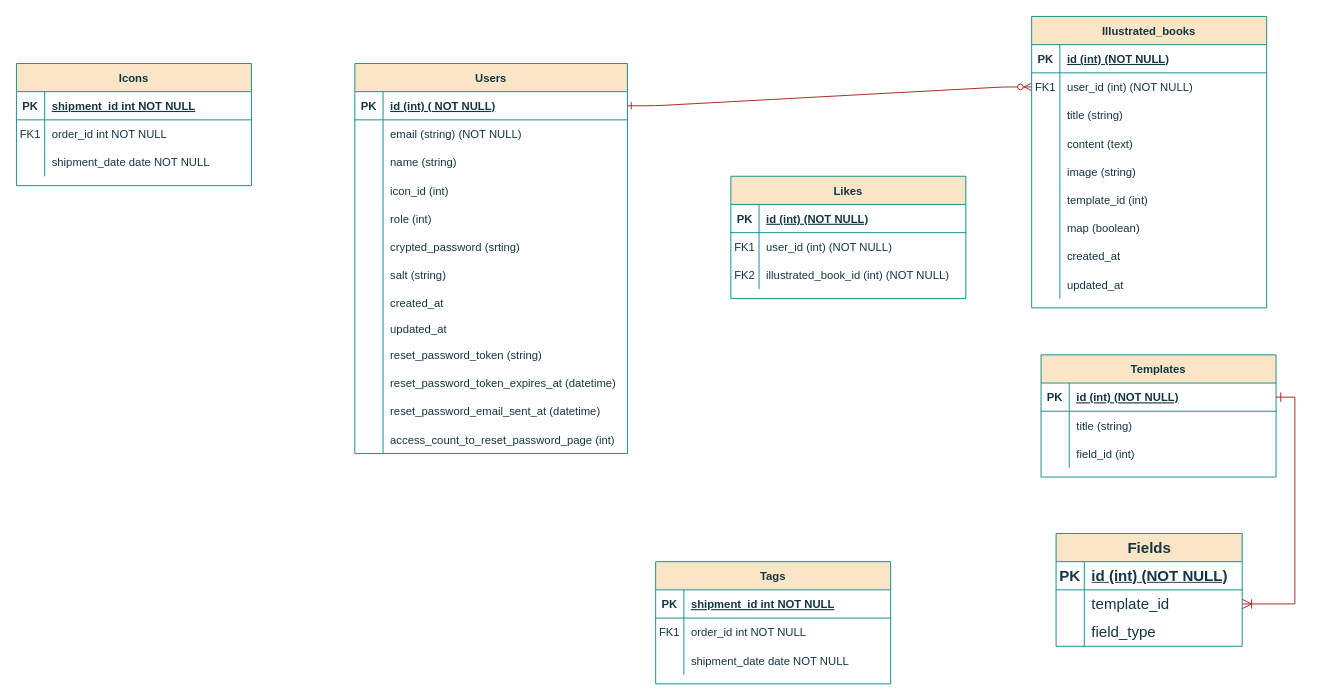
Before: 名称未設定ファイル.drawio in furukoshi12/zukan-create, a draw.io diagram. Source tidied: cells renumbered, new cells numbered last; positions are measured from the earlier drawing's top-left corner, leaving out a move shared by most shapes. Both pictures are drawn from the tidied source at 94%, with x=0, y=0 at pixel (16, 16).
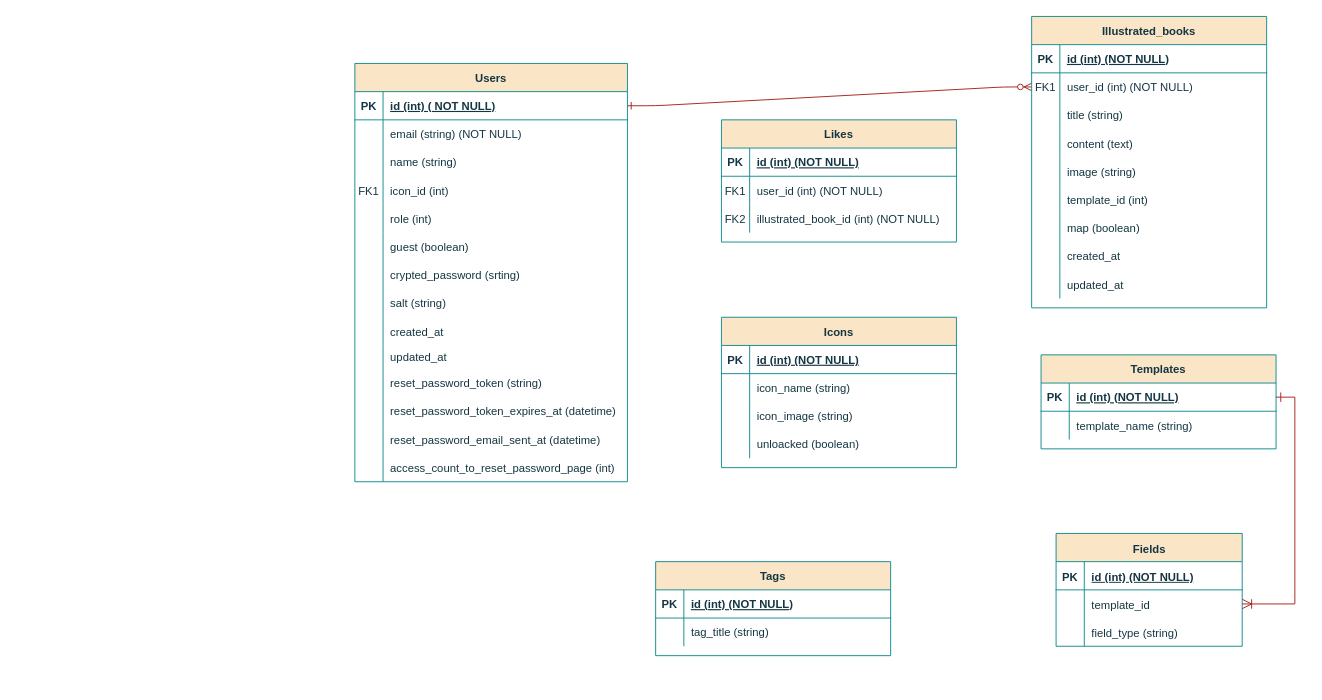
The same page after the edit.

Commit message (it also covers changes not shown here):
名称未設定ファイル.drawio を更新します

The change refers to these unchanged cells:
```xml
<mxCell id="35" style="shape=partialRectangle;fillColor=none;top=0;left=0;right=0;bottom=0;labelBackgroundColor=none;strokeColor=#0F8B8D;fontColor=#143642;" parent="31" vertex="1">
  <mxGeometry y="60" width="250" height="30" as="geometry" />
</mxCell>
<mxCell id="51" style="shape=partialRectangle;fillColor=none;top=0;left=0;right=0;bottom=0;labelBackgroundColor=none;strokeColor=#0F8B8D;fontColor=#143642;" parent="41" vertex="1">
  <mxGeometry y="120" width="290" height="30" as="geometry" />
</mxCell>
<mxCell id="82" style="shape=partialRectangle;fillColor=none;top=0;left=0;right=0;bottom=1;labelBackgroundColor=none;strokeColor=#0F8B8D;fontColor=#143642;" parent="81" vertex="1">
  <mxGeometry y="30" width="250" height="30" as="geometry" />
</mxCell>
<mxCell id="85" style="shape=partialRectangle;fillColor=none;top=0;left=0;right=0;bottom=0;labelBackgroundColor=none;strokeColor=#0F8B8D;fontColor=#143642;" parent="81" vertex="1">
  <mxGeometry y="60" width="250" height="30" as="geometry" />
</mxCell>
<mxCell id="88" style="shape=partialRectangle;fillColor=none;top=0;left=0;right=0;bottom=0;labelBackgroundColor=none;strokeColor=#0F8B8D;fontColor=#143642;" parent="81" vertex="1">
  <mxGeometry y="90" width="250" height="30" as="geometry" />
</mxCell>
<mxCell id="102" style="shape=partialRectangle;fillColor=none;top=0;left=0;right=0;bottom=1;labelBackgroundColor=none;strokeColor=#0F8B8D;fontColor=#143642;" parent="101" vertex="1">
  <mxGeometry y="30" width="250" height="30" as="geometry" />
</mxCell>
<mxCell id="105" style="shape=partialRectangle;fillColor=none;top=0;left=0;right=0;bottom=0;labelBackgroundColor=none;strokeColor=#0F8B8D;fontColor=#143642;" parent="101" vertex="1">
  <mxGeometry y="60" width="250" height="30" as="geometry" />
</mxCell>
<mxCell id="112" style="shape=tableRow;horizontal=0;startSize=0;swimlaneHead=0;swimlaneBody=0;fillColor=none;top=0;left=0;right=0;bottom=1;strokeColor=#0F8B8D;fontSize=16;fontColor=#143642;" parent="111" vertex="1">
  <mxGeometry y="30" width="198" height="30" as="geometry" />
</mxCell>
<mxCell id="115" style="shape=tableRow;horizontal=0;startSize=0;swimlaneHead=0;swimlaneBody=0;fillColor=none;points=[[0,0.5],[1,0.5]];portConstraint=eastwest;top=0;left=0;right=0;bottom=0;strokeColor=#0F8B8D;fontSize=16;fontColor=#143642;" parent="111" vertex="1">
  <mxGeometry y="60" width="198" height="30" as="geometry" />
</mxCell>
<mxCell id="118" style="shape=tableRow;horizontal=0;startSize=0;swimlaneHead=0;swimlaneBody=0;fillColor=none;top=0;left=0;right=0;bottom=0;strokeColor=#0F8B8D;fontSize=16;fontColor=#143642;" parent="111" vertex="1">
  <mxGeometry y="90" width="198" height="30" as="geometry" />
</mxCell>
```

Diff of the diagram source:
```diff
@@
     <mxCell id="31" value="Templates" style="shape=table;startSize=30;childLayout=tableLayout;rowLines=0;fontStyle=1;align=center;labelBackgroundColor=none;fillColor=#FAE5C7;strokeColor=#0F8B8D;fontColor=#143642;" parent="1" vertex="1">
-      <mxGeometry x="1090" y="360" width="250" height="130" as="geometry" />
+      <mxGeometry x="1090" y="360" width="250" height="100" as="geometry" />
     </mxCell>
@@
-    <mxCell id="37" value="title (string)" style="shape=partialRectangle;overflow=hidden;fillColor=none;top=0;left=0;bottom=0;right=0;align=left;spacingLeft=6;labelBackgroundColor=none;strokeColor=#0F8B8D;fontColor=#143642;" parent="35" vertex="1">
+    <mxCell id="37" value="template_name (string)" style="shape=partialRectangle;overflow=hidden;fillColor=none;top=0;left=0;bottom=0;right=0;align=left;spacingLeft=6;labelBackgroundColor=none;strokeColor=#0F8B8D;fontColor=#143642;" parent="35" vertex="1">
       <mxGeometry x="30" width="220" height="30" as="geometry" />
     </mxCell>
-    <mxCell id="38" style="shape=partialRectangle;fillColor=none;top=0;left=0;right=0;bottom=0;labelBackgroundColor=none;strokeColor=#0F8B8D;fontColor=#143642;" parent="31" vertex="1">
-      <mxGeometry y="90" width="250" height="30" as="geometry" />
-    </mxCell>
-    <mxCell id="39" style="shape=partialRectangle;overflow=hidden;fillColor=none;top=0;left=0;bottom=0;right=0;labelBackgroundColor=none;strokeColor=#0F8B8D;fontColor=#143642;" parent="38" vertex="1">
-      <mxGeometry width="30" height="30" as="geometry" />
-    </mxCell>
-    <mxCell id="40" value="field_id (int)" style="shape=partialRectangle;overflow=hidden;fillColor=none;top=0;left=0;bottom=0;right=0;align=left;spacingLeft=6;labelBackgroundColor=none;strokeColor=#0F8B8D;fontColor=#143642;" parent="38" vertex="1">
-      <mxGeometry x="30" width="220" height="30" as="geometry" />
-    </mxCell>
     <mxCell id="41" value="Users" style="shape=table;startSize=30;childLayout=tableLayout;rowLines=0;fontStyle=1;align=center;labelBackgroundColor=none;fillColor=#FAE5C7;strokeColor=#0F8B8D;fontColor=#143642;" parent="1" vertex="1">
-      <mxGeometry x="360" y="50" width="290" height="415" as="geometry" />
+      <mxGeometry x="360" y="50" width="290" height="445" as="geometry" />
     </mxCell>
@@
-    <mxCell id="52" style="shape=partialRectangle;overflow=hidden;fillColor=none;top=0;left=0;bottom=0;right=0;labelBackgroundColor=none;strokeColor=#0F8B8D;fontColor=#143642;" parent="51" vertex="1">
+    <mxCell id="52" value="FK1" style="shape=partialRectangle;overflow=hidden;fillColor=none;top=0;left=0;bottom=0;right=0;labelBackgroundColor=none;strokeColor=#0F8B8D;fontColor=#143642;" parent="51" vertex="1">
       <mxGeometry width="30" height="30" as="geometry" />
     </mxCell>
@@
+    <mxCell id="122" style="shape=partialRectangle;fillColor=none;top=0;left=0;right=0;bottom=0;labelBackgroundColor=none;strokeColor=#0F8B8D;fontColor=#143642;" parent="41" vertex="1">
+      <mxGeometry y="180" width="290" height="30" as="geometry" />
+    </mxCell>
+    <mxCell id="123" style="shape=partialRectangle;overflow=hidden;fillColor=none;top=0;left=0;bottom=0;right=0;labelBackgroundColor=none;strokeColor=#0F8B8D;fontColor=#143642;" parent="122" vertex="1">
+      <mxGeometry width="30" height="30" as="geometry" />
+    </mxCell>
+    <mxCell id="124" value="guest (boolean)" style="shape=partialRectangle;overflow=hidden;fillColor=none;top=0;left=0;bottom=0;right=0;align=left;spacingLeft=6;labelBackgroundColor=none;strokeColor=#0F8B8D;fontColor=#143642;" parent="122" vertex="1">
+      <mxGeometry x="30" width="260" height="30" as="geometry" />
+    </mxCell>
     <mxCell id="57" style="shape=partialRectangle;fillColor=none;top=0;left=0;right=0;bottom=0;labelBackgroundColor=none;strokeColor=#0F8B8D;fontColor=#143642;" parent="41" vertex="1">
-      <mxGeometry y="180" width="290" height="30" as="geometry" />
+      <mxGeometry y="210" width="290" height="30" as="geometry" />
     </mxCell>
@@
     <mxCell id="60" style="shape=partialRectangle;fillColor=none;top=0;left=0;right=0;bottom=0;labelBackgroundColor=none;strokeColor=#0F8B8D;fontColor=#143642;" parent="41" vertex="1">
-      <mxGeometry y="210" width="290" height="30" as="geometry" />
+      <mxGeometry y="240" width="290" height="30" as="geometry" />
     </mxCell>
@@
     <mxCell id="63" style="shape=partialRectangle;fillColor=none;top=0;left=0;right=0;bottom=0;labelBackgroundColor=none;strokeColor=#0F8B8D;fontColor=#143642;" parent="41" vertex="1">
-      <mxGeometry y="240" width="290" height="30" as="geometry" />
+      <mxGeometry y="270" width="290" height="30" as="geometry" />
     </mxCell>
@@
     <mxCell id="66" style="shape=partialRectangle;fillColor=none;top=0;left=0;right=0;bottom=0;labelBackgroundColor=none;strokeColor=#0F8B8D;fontColor=#143642;" parent="41" vertex="1">
-      <mxGeometry y="270" width="290" height="25" as="geometry" />
+      <mxGeometry y="300" width="290" height="25" as="geometry" />
     </mxCell>
@@
     <mxCell id="69" style="shape=partialRectangle;fillColor=none;top=0;left=0;right=0;bottom=0;labelBackgroundColor=none;strokeColor=#0F8B8D;fontColor=#143642;" parent="41" vertex="1">
-      <mxGeometry y="295" width="290" height="30" as="geometry" />
+      <mxGeometry y="325" width="290" height="30" as="geometry" />
     </mxCell>
@@
     <mxCell id="72" style="shape=partialRectangle;fillColor=none;top=0;left=0;right=0;bottom=0;labelBackgroundColor=none;strokeColor=#0F8B8D;fontColor=#143642;" parent="41" vertex="1">
-      <mxGeometry y="325" width="290" height="30" as="geometry" />
+      <mxGeometry y="355" width="290" height="30" as="geometry" />
     </mxCell>
@@
     <mxCell id="75" style="shape=partialRectangle;fillColor=none;top=0;left=0;right=0;bottom=0;labelBackgroundColor=none;strokeColor=#0F8B8D;fontColor=#143642;" parent="41" vertex="1">
-      <mxGeometry y="355" width="290" height="30" as="geometry" />
+      <mxGeometry y="385" width="290" height="30" as="geometry" />
     </mxCell>
@@
     <mxCell id="78" style="shape=partialRectangle;fillColor=none;top=0;left=0;right=0;bottom=0;labelBackgroundColor=none;strokeColor=#0F8B8D;fontColor=#143642;" parent="41" vertex="1">
-      <mxGeometry y="385" width="290" height="30" as="geometry" />
+      <mxGeometry y="415" width="290" height="30" as="geometry" />
     </mxCell>
@@
     <mxCell id="81" value="Icons" style="shape=table;startSize=30;childLayout=tableLayout;rowLines=0;fontStyle=1;align=center;labelBackgroundColor=none;fillColor=#FAE5C7;strokeColor=#0F8B8D;fontColor=#143642;" parent="1" vertex="1">
-      <mxGeometry y="50" width="250" height="130" as="geometry" />
+      <mxGeometry x="750" y="320" width="250" height="160" as="geometry" />
     </mxCell>
@@
-    <mxCell id="84" value="shipment_id int NOT NULL " style="shape=partialRectangle;overflow=hidden;fillColor=none;top=0;left=0;bottom=0;right=0;align=left;spacingLeft=6;fontStyle=5;labelBackgroundColor=none;strokeColor=#0F8B8D;fontColor=#143642;" parent="82" vertex="1">
+    <mxCell id="84" value="id (int) (NOT NULL)" style="shape=partialRectangle;overflow=hidden;fillColor=none;top=0;left=0;bottom=0;right=0;align=left;spacingLeft=6;fontStyle=5;labelBackgroundColor=none;strokeColor=#0F8B8D;fontColor=#143642;" parent="82" vertex="1">
       <mxGeometry x="30" width="220" height="30" as="geometry" />
     </mxCell>
@@
-    <mxCell id="86" value="FK1" style="shape=partialRectangle;overflow=hidden;fillColor=none;top=0;left=0;bottom=0;right=0;labelBackgroundColor=none;strokeColor=#0F8B8D;fontColor=#143642;" parent="85" vertex="1">
+    <mxCell id="86" style="shape=partialRectangle;overflow=hidden;fillColor=none;top=0;left=0;bottom=0;right=0;labelBackgroundColor=none;strokeColor=#0F8B8D;fontColor=#143642;" parent="85" vertex="1">
       <mxGeometry width="30" height="30" as="geometry" />
     </mxCell>
-    <mxCell id="87" value="order_id int NOT NULL" style="shape=partialRectangle;overflow=hidden;fillColor=none;top=0;left=0;bottom=0;right=0;align=left;spacingLeft=6;labelBackgroundColor=none;strokeColor=#0F8B8D;fontColor=#143642;" parent="85" vertex="1">
+    <mxCell id="87" value="icon_name (string)" style="shape=partialRectangle;overflow=hidden;fillColor=none;top=0;left=0;bottom=0;right=0;align=left;spacingLeft=6;labelBackgroundColor=none;strokeColor=#0F8B8D;fontColor=#143642;" parent="85" vertex="1">
       <mxGeometry x="30" width="220" height="30" as="geometry" />
     </mxCell>
@@
-    <mxCell id="90" value="shipment_date date NOT NULL" style="shape=partialRectangle;overflow=hidden;fillColor=none;top=0;left=0;bottom=0;right=0;align=left;spacingLeft=6;labelBackgroundColor=none;strokeColor=#0F8B8D;fontColor=#143642;" parent="88" vertex="1">
+    <mxCell id="90" value="icon_image (string)" style="shape=partialRectangle;overflow=hidden;fillColor=none;top=0;left=0;bottom=0;right=0;align=left;spacingLeft=6;labelBackgroundColor=none;strokeColor=#0F8B8D;fontColor=#143642;" parent="88" vertex="1">
       <mxGeometry x="30" width="220" height="30" as="geometry" />
     </mxCell>
+    <mxCell id="125" style="shape=partialRectangle;fillColor=none;top=0;left=0;right=0;bottom=0;labelBackgroundColor=none;strokeColor=#0F8B8D;fontColor=#143642;" parent="81" vertex="1">
+      <mxGeometry y="120" width="250" height="30" as="geometry" />
+    </mxCell>
+    <mxCell id="126" style="shape=partialRectangle;overflow=hidden;fillColor=none;top=0;left=0;bottom=0;right=0;labelBackgroundColor=none;strokeColor=#0F8B8D;fontColor=#143642;" parent="125" vertex="1">
+      <mxGeometry width="30" height="30" as="geometry" />
+    </mxCell>
+    <mxCell id="127" value="unloacked (boolean)" style="shape=partialRectangle;overflow=hidden;fillColor=none;top=0;left=0;bottom=0;right=0;align=left;spacingLeft=6;labelBackgroundColor=none;strokeColor=#0F8B8D;fontColor=#143642;" parent="125" vertex="1">
+      <mxGeometry x="30" width="220" height="30" as="geometry" />
+    </mxCell>
     <mxCell id="91" value="Likes" style="shape=table;startSize=30;childLayout=tableLayout;rowLines=0;fontStyle=1;align=center;labelBackgroundColor=none;fillColor=#FAE5C7;strokeColor=#0F8B8D;fontColor=#143642;" parent="1" vertex="1">
-      <mxGeometry x="760" y="170" width="250" height="130" as="geometry" />
+      <mxGeometry x="750" y="110" width="250" height="130" as="geometry" />
     </mxCell>
@@
     <mxCell id="101" value="Tags" style="shape=table;startSize=30;childLayout=tableLayout;rowLines=0;fontStyle=1;align=center;labelBackgroundColor=none;fillColor=#FAE5C7;strokeColor=#0F8B8D;fontColor=#143642;" parent="1" vertex="1">
-      <mxGeometry x="680" y="580" width="250" height="130" as="geometry" />
+      <mxGeometry x="680" y="580" width="250" height="100" as="geometry" />
     </mxCell>
@@
-    <mxCell id="104" value="shipment_id int NOT NULL " style="shape=partialRectangle;overflow=hidden;fillColor=none;top=0;left=0;bottom=0;right=0;align=left;spacingLeft=6;fontStyle=5;labelBackgroundColor=none;strokeColor=#0F8B8D;fontColor=#143642;" parent="102" vertex="1">
+    <mxCell id="104" value="id (int) (NOT NULL)" style="shape=partialRectangle;overflow=hidden;fillColor=none;top=0;left=0;bottom=0;right=0;align=left;spacingLeft=6;fontStyle=5;labelBackgroundColor=none;strokeColor=#0F8B8D;fontColor=#143642;" parent="102" vertex="1">
       <mxGeometry x="30" width="220" height="30" as="geometry" />
     </mxCell>
@@
-    <mxCell id="106" value="FK1" style="shape=partialRectangle;overflow=hidden;fillColor=none;top=0;left=0;bottom=0;right=0;labelBackgroundColor=none;strokeColor=#0F8B8D;fontColor=#143642;" parent="105" vertex="1">
+    <mxCell id="106" style="shape=partialRectangle;overflow=hidden;fillColor=none;top=0;left=0;bottom=0;right=0;labelBackgroundColor=none;strokeColor=#0F8B8D;fontColor=#143642;" parent="105" vertex="1">
       <mxGeometry width="30" height="30" as="geometry" />
     </mxCell>
-    <mxCell id="107" value="order_id int NOT NULL" style="shape=partialRectangle;overflow=hidden;fillColor=none;top=0;left=0;bottom=0;right=0;align=left;spacingLeft=6;labelBackgroundColor=none;strokeColor=#0F8B8D;fontColor=#143642;" parent="105" vertex="1">
+    <mxCell id="107" value="tag_title (string)" style="shape=partialRectangle;overflow=hidden;fillColor=none;top=0;left=0;bottom=0;right=0;align=left;spacingLeft=6;labelBackgroundColor=none;strokeColor=#0F8B8D;fontColor=#143642;" parent="105" vertex="1">
       <mxGeometry x="30" width="220" height="30" as="geometry" />
     </mxCell>
-    <mxCell id="108" style="shape=partialRectangle;fillColor=none;top=0;left=0;right=0;bottom=0;labelBackgroundColor=none;strokeColor=#0F8B8D;fontColor=#143642;" parent="101" vertex="1">
-      <mxGeometry y="90" width="250" height="30" as="geometry" />
-    </mxCell>
-    <mxCell id="109" style="shape=partialRectangle;overflow=hidden;fillColor=none;top=0;left=0;bottom=0;right=0;labelBackgroundColor=none;strokeColor=#0F8B8D;fontColor=#143642;" parent="108" vertex="1">
-      <mxGeometry width="30" height="30" as="geometry" />
-    </mxCell>
-    <mxCell id="110" value="shipment_date date NOT NULL" style="shape=partialRectangle;overflow=hidden;fillColor=none;top=0;left=0;bottom=0;right=0;align=left;spacingLeft=6;labelBackgroundColor=none;strokeColor=#0F8B8D;fontColor=#143642;" parent="108" vertex="1">
-      <mxGeometry x="30" width="220" height="30" as="geometry" />
-    </mxCell>
-    <mxCell id="111" value="Fields" style="shape=table;startSize=30;childLayout=tableLayout;rowLines=0;fontStyle=1;align=center;html=1;strokeColor=#0F8B8D;fontSize=16;fontColor=#143642;fillColor=#FAE5C7;" parent="1" vertex="1">
+    <mxCell id="111" value="&lt;font style=&quot;font-size: 12px;&quot;&gt;Fields&lt;/font&gt;" style="shape=table;startSize=30;childLayout=tableLayout;rowLines=0;fontStyle=1;align=center;html=1;strokeColor=#0F8B8D;fontSize=16;fontColor=#143642;fillColor=#FAE5C7;" parent="1" vertex="1">
       <mxGeometry x="1106" y="550" width="198" height="120" as="geometry" />
     </mxCell>
@@
-    <mxCell id="113" value="PK" style="shape=partialRectangle;fillColor=none;top=0;left=0;bottom=0;right=0;fontStyle=1;overflow=hidden;whiteSpace=wrap;html=1;strokeColor=#0F8B8D;fontSize=16;fontColor=#143642;" parent="112" vertex="1">
+    <mxCell id="113" value="&lt;font style=&quot;font-size: 12px;&quot;&gt;PK&lt;/font&gt;" style="shape=partialRectangle;fillColor=none;top=0;left=0;bottom=0;right=0;fontStyle=1;overflow=hidden;whiteSpace=wrap;html=1;strokeColor=#0F8B8D;fontSize=16;fontColor=#143642;" parent="112" vertex="1">
       <mxGeometry width="30" height="30" as="geometry" />
     </mxCell>
-    <mxCell id="114" value="id (int) (NOT NULL)" style="shape=partialRectangle;fillColor=none;top=0;left=0;bottom=0;right=0;align=left;spacingLeft=6;fontStyle=5;overflow=hidden;whiteSpace=wrap;html=1;strokeColor=#0F8B8D;fontSize=16;fontColor=#143642;" parent="112" vertex="1">
+    <mxCell id="114" value="&lt;font style=&quot;font-size: 12px;&quot;&gt;id (int) (NOT NULL)&lt;/font&gt;" style="shape=partialRectangle;fillColor=none;top=0;left=0;bottom=0;right=0;align=left;spacingLeft=6;fontStyle=5;overflow=hidden;whiteSpace=wrap;html=1;strokeColor=#0F8B8D;fontSize=16;fontColor=#143642;" parent="112" vertex="1">
       <mxGeometry x="30" width="168" height="30" as="geometry" />
     </mxCell>
@@
-    <mxCell id="117" value="template_id" style="shape=partialRectangle;fillColor=none;top=0;left=0;bottom=0;right=0;align=left;spacingLeft=6;overflow=hidden;whiteSpace=wrap;html=1;strokeColor=#0F8B8D;fontSize=16;fontColor=#143642;" parent="115" vertex="1">
+    <mxCell id="117" value="&lt;font style=&quot;font-size: 12px;&quot;&gt;template_id&lt;/font&gt;" style="shape=partialRectangle;fillColor=none;top=0;left=0;bottom=0;right=0;align=left;spacingLeft=6;overflow=hidden;whiteSpace=wrap;html=1;strokeColor=#0F8B8D;fontSize=16;fontColor=#143642;" parent="115" vertex="1">
       <mxGeometry x="30" width="168" height="30" as="geometry" />
     </mxCell>
@@
-    <mxCell id="120" value="field_type" style="shape=partialRectangle;fillColor=none;top=0;left=0;bottom=0;right=0;align=left;spacingLeft=6;overflow=hidden;whiteSpace=wrap;html=1;strokeColor=#0F8B8D;fontSize=16;fontColor=#143642;" parent="118" vertex="1">
+    <mxCell id="120" value="&lt;font style=&quot;font-size: 12px;&quot;&gt;field_type (string)&lt;/font&gt;" style="shape=partialRectangle;fillColor=none;top=0;left=0;bottom=0;right=0;align=left;spacingLeft=6;overflow=hidden;whiteSpace=wrap;html=1;strokeColor=#0F8B8D;fontSize=16;fontColor=#143642;" parent="118" vertex="1">
       <mxGeometry x="30" width="168" height="30" as="geometry" />
     </mxCell>
```
